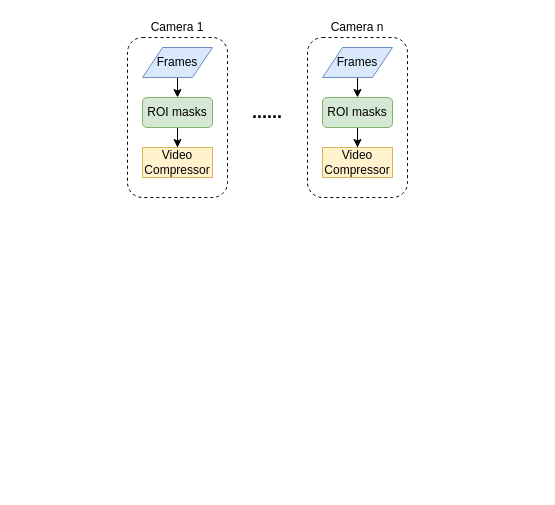
The draw.io diagram Multi-Agent-SLAM.drawio in Yvonne0413/HRNet-Fcos-disentangle, before the edit. Source tidied: cells renumbered, new cells numbered last; positions are measured from the earlier drawing's top-left corner, leaving out a move shared by most shapes. Both pictures are drawn from the tidied source at 100%, with x=0, y=0 at pixel (127, 17).
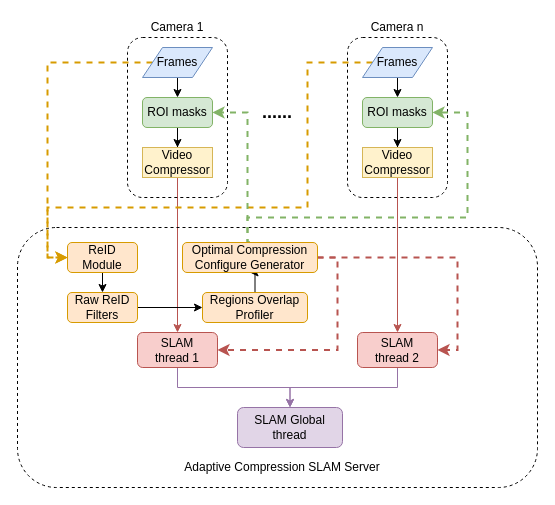
Above is the later version.

Unchanged cells that the change refers to:
```xml
<mxCell id="6" value="Frames" style="shape=parallelogram;perimeter=parallelogramPerimeter;whiteSpace=wrap;html=1;fixedSize=1;fillColor=#dae8fc;strokeColor=#6c8ebf;" parent="1" vertex="1">
  <mxGeometry x="15" y="30" width="70" height="30" as="geometry" />
</mxCell>
<mxCell id="8" value="ROI masks" style="rounded=1;whiteSpace=wrap;html=1;fillColor=#d5e8d4;strokeColor=#82b366;" parent="1" vertex="1">
  <mxGeometry x="15" y="80" width="70" height="30" as="geometry" />
</mxCell>
<mxCell id="9" value="Video Compressor" style="rounded=0;whiteSpace=wrap;html=1;fillColor=#fff2cc;strokeColor=#d6b656;" parent="1" vertex="1">
  <mxGeometry x="15" y="130" width="70" height="30" as="geometry" />
</mxCell>
```

Change to the diagram source:
```diff
@@
+    <mxCell id="17" style="edgeStyle=orthogonalEdgeStyle;rounded=0;jettySize=auto;html=1;exitX=0.5;exitY=1;exitDx=0;exitDy=0;entryX=0.5;entryY=0;entryDx=0;entryDy=0;strokeWidth=1;fillColor=#f8cecc;strokeColor=#b85450;" parent="1" edge="1" source="9" target="24">
+      <mxGeometry relative="1" as="geometry" />
+    </mxCell>
+    <mxCell id="18" style="rounded=1;whiteSpace=wrap;html=1;fillColor=none;gradientColor=none;dashed=1;" parent="1" vertex="1">
+      <mxGeometry x="-110" y="210" width="520" height="260" as="geometry" />
+    </mxCell>
@@
     <mxCell id="4" style="rounded=1;whiteSpace=wrap;html=1;dashed=1;fillColor=none;" parent="1" vertex="1">
-      <mxGeometry x="180" y="20" width="100" height="160" as="geometry" />
+      <mxGeometry x="220" y="20" width="100" height="160" as="geometry" />
     </mxCell>
@@
+    <mxCell id="19" style="edgeStyle=orthogonalEdgeStyle;rounded=0;jettySize=auto;html=1;exitX=0;exitY=0.5;exitDx=0;exitDy=0;entryX=0;entryY=0.5;entryDx=0;entryDy=0;dashed=1;fillColor=#ffe6cc;strokeColor=#d79b00;strokeWidth=2;" parent="1" edge="1" source="6" target="28">
+      <mxGeometry relative="1" as="geometry" />
+    </mxCell>
@@
+    <mxCell id="20" style="edgeStyle=orthogonalEdgeStyle;rounded=0;jettySize=auto;html=1;exitX=0;exitY=0.5;exitDx=0;exitDy=0;entryX=0;entryY=0.5;entryDx=0;entryDy=0;dashed=1;fillColor=#ffe6cc;strokeColor=#d79b00;strokeWidth=2;" parent="1" edge="1" source="11" target="28">
+      <mxGeometry relative="1" as="geometry">
+        <Array as="points">
+          <mxPoint x="180" y="45" />
+          <mxPoint x="180" y="190" />
+          <mxPoint x="-80" y="190" />
+          <mxPoint x="-80" y="240" />
+        </Array>
+      </mxGeometry>
+    </mxCell>
     <mxCell id="11" value="Frames" style="shape=parallelogram;perimeter=parallelogramPerimeter;whiteSpace=wrap;html=1;fixedSize=1;fillColor=#dae8fc;strokeColor=#6c8ebf;" parent="1" vertex="1">
-      <mxGeometry x="195" y="30" width="70" height="30" as="geometry" />
+      <mxGeometry x="235" y="30" width="70" height="30" as="geometry" />
     </mxCell>
@@
     <mxCell id="13" value="ROI masks" style="rounded=1;whiteSpace=wrap;html=1;fillColor=#d5e8d4;strokeColor=#82b366;" parent="1" vertex="1">
-      <mxGeometry x="195" y="80" width="70" height="30" as="geometry" />
+      <mxGeometry x="235" y="80" width="70" height="30" as="geometry" />
     </mxCell>
+    <mxCell id="21" style="edgeStyle=orthogonalEdgeStyle;rounded=0;jettySize=auto;html=1;exitX=0.5;exitY=1;exitDx=0;exitDy=0;entryX=0.5;entryY=0;entryDx=0;entryDy=0;strokeWidth=1;fillColor=#f8cecc;strokeColor=#b85450;" parent="1" edge="1" source="14" target="26">
+      <mxGeometry relative="1" as="geometry" />
+    </mxCell>
     <mxCell id="14" value="Video Compressor" style="rounded=0;whiteSpace=wrap;html=1;fillColor=#fff2cc;strokeColor=#d6b656;" parent="1" vertex="1">
-      <mxGeometry x="195" y="130" width="70" height="30" as="geometry" />
+      <mxGeometry x="235" y="130" width="70" height="30" as="geometry" />
     </mxCell>
     <mxCell id="15" value="Camera n" style="text;html=1;strokeColor=none;fillColor=none;align=center;verticalAlign=middle;whiteSpace=wrap;rounded=0;dashed=1;" parent="1" vertex="1">
-      <mxGeometry x="200" width="60" height="20" as="geometry" />
+      <mxGeometry x="240" width="60" height="20" as="geometry" />
     </mxCell>
     <mxCell id="16" value="&lt;font style=&quot;font-size: 18px&quot;&gt;&lt;b&gt;......&lt;/b&gt;&lt;/font&gt;" style="text;html=1;strokeColor=none;fillColor=none;align=center;verticalAlign=middle;whiteSpace=wrap;rounded=0;" parent="1" vertex="1">
-      <mxGeometry x="120" y="85" width="40" height="20" as="geometry" />
+      <mxGeometry x="130" y="85" width="40" height="20" as="geometry" />
     </mxCell>
+    <mxCell id="22" value="Adaptive Compression SLAM Server" style="text;html=1;strokeColor=none;fillColor=none;align=center;verticalAlign=middle;whiteSpace=wrap;rounded=0;dashed=1;" parent="1" vertex="1">
+      <mxGeometry y="430" width="310" height="40" as="geometry" />
+    </mxCell>
+    <mxCell id="23" style="edgeStyle=orthogonalEdgeStyle;rounded=0;jettySize=auto;html=1;exitX=0.5;exitY=1;exitDx=0;exitDy=0;entryX=0.5;entryY=0;entryDx=0;entryDy=0;strokeWidth=1;fillColor=#e1d5e7;strokeColor=#9673a6;" parent="1" edge="1" source="24" target="38">
+      <mxGeometry relative="1" as="geometry" />
+    </mxCell>
+    <mxCell id="24" value="SLAM &lt;br&gt;thread 1" style="rounded=1;whiteSpace=wrap;html=1;fillColor=#f8cecc;strokeColor=#b85450;" parent="1" vertex="1">
+      <mxGeometry x="10" y="315" width="80" height="35" as="geometry" />
+    </mxCell>
+    <mxCell id="25" style="edgeStyle=orthogonalEdgeStyle;rounded=0;jettySize=auto;html=1;exitX=0.5;exitY=1;exitDx=0;exitDy=0;entryX=0.5;entryY=0;entryDx=0;entryDy=0;strokeWidth=1;fillColor=#e1d5e7;strokeColor=#9673a6;" parent="1" edge="1" source="26" target="38">
+      <mxGeometry relative="1" as="geometry" />
+    </mxCell>
+    <mxCell id="26" value="SLAM &lt;br&gt;thread 2" style="rounded=1;whiteSpace=wrap;html=1;fillColor=#f8cecc;strokeColor=#b85450;" parent="1" vertex="1">
+      <mxGeometry x="230" y="315" width="80" height="35" as="geometry" />
+    </mxCell>
+    <mxCell id="27" style="edgeStyle=orthogonalEdgeStyle;rounded=0;jettySize=auto;html=1;exitX=0.5;exitY=1;exitDx=0;exitDy=0;entryX=0.5;entryY=0;entryDx=0;entryDy=0;" parent="1" edge="1" source="28" target="30">
+      <mxGeometry relative="1" as="geometry" />
+    </mxCell>
+    <mxCell id="28" value="ReID Module" style="rounded=1;whiteSpace=wrap;html=1;fillColor=#ffe6cc;strokeColor=#d79b00;" parent="1" vertex="1">
+      <mxGeometry x="-60" y="225" width="70" height="30" as="geometry" />
+    </mxCell>
+    <mxCell id="29" style="edgeStyle=orthogonalEdgeStyle;rounded=0;jettySize=auto;html=1;exitX=1;exitY=0.5;exitDx=0;exitDy=0;entryX=0;entryY=0.5;entryDx=0;entryDy=0;" parent="1" edge="1" source="30" target="32">
+      <mxGeometry relative="1" as="geometry" />
+    </mxCell>
+    <mxCell id="30" value="Raw ReID Filters" style="rounded=1;whiteSpace=wrap;html=1;fillColor=#ffe6cc;strokeColor=#d79b00;" parent="1" vertex="1">
+      <mxGeometry x="-60" y="275" width="70" height="30" as="geometry" />
+    </mxCell>
+    <mxCell id="31" style="edgeStyle=orthogonalEdgeStyle;rounded=0;jettySize=auto;html=1;exitX=0.5;exitY=0;exitDx=0;exitDy=0;" parent="1" edge="1" source="32" target="37">
+      <mxGeometry relative="1" as="geometry" />
+    </mxCell>
+    <mxCell id="32" value="Regions Overlap Profiler" style="rounded=1;whiteSpace=wrap;html=1;fillColor=#ffe6cc;strokeColor=#d79b00;" parent="1" vertex="1">
+      <mxGeometry x="75" y="275" width="105" height="30" as="geometry" />
+    </mxCell>
+    <mxCell id="33" style="edgeStyle=orthogonalEdgeStyle;rounded=0;jettySize=auto;html=1;exitX=0.5;exitY=0;exitDx=0;exitDy=0;entryX=1;entryY=0.5;entryDx=0;entryDy=0;dashed=1;strokeWidth=2;fillColor=#d5e8d4;strokeColor=#82b366;" parent="1" edge="1" source="37" target="8">
+      <mxGeometry relative="1" as="geometry">
+        <Array as="points">
+          <mxPoint x="120" y="225" />
+          <mxPoint x="120" y="95" />
+        </Array>
+      </mxGeometry>
+    </mxCell>
+    <mxCell id="34" style="edgeStyle=orthogonalEdgeStyle;rounded=0;jettySize=auto;html=1;exitX=0.5;exitY=0;exitDx=0;exitDy=0;entryX=1;entryY=0.5;entryDx=0;entryDy=0;dashed=1;strokeWidth=2;fillColor=#d5e8d4;strokeColor=#82b366;" parent="1" edge="1" source="37" target="13">
+      <mxGeometry relative="1" as="geometry">
+        <Array as="points">
+          <mxPoint x="120" y="225" />
+          <mxPoint x="120" y="200" />
+          <mxPoint x="340" y="200" />
+          <mxPoint x="340" y="95" />
+        </Array>
+      </mxGeometry>
+    </mxCell>
+    <mxCell id="35" style="edgeStyle=orthogonalEdgeStyle;rounded=0;jettySize=auto;html=1;exitX=1;exitY=0.5;exitDx=0;exitDy=0;entryX=1;entryY=0.5;entryDx=0;entryDy=0;dashed=1;strokeWidth=2;fillColor=#f8cecc;strokeColor=#b85450;" parent="1" edge="1" source="37" target="26">
+      <mxGeometry relative="1" as="geometry" />
+    </mxCell>
+    <mxCell id="36" style="edgeStyle=orthogonalEdgeStyle;rounded=0;jettySize=auto;html=1;exitX=1;exitY=0.5;exitDx=0;exitDy=0;entryX=1;entryY=0.5;entryDx=0;entryDy=0;dashed=1;strokeWidth=2;fillColor=#f8cecc;strokeColor=#b85450;" parent="1" edge="1" source="37" target="24">
+      <mxGeometry relative="1" as="geometry">
+        <Array as="points">
+          <mxPoint x="210" y="240" />
+          <mxPoint x="210" y="333" />
+        </Array>
+      </mxGeometry>
+    </mxCell>
+    <mxCell id="37" value="Optimal Compression Configure Generator" style="rounded=1;whiteSpace=wrap;html=1;fillColor=#ffe6cc;strokeColor=#d79b00;" parent="1" vertex="1">
+      <mxGeometry x="55" y="225" width="135" height="30" as="geometry" />
+    </mxCell>
+    <mxCell id="38" value="SLAM Global thread" style="rounded=1;whiteSpace=wrap;html=1;fillColor=#e1d5e7;strokeColor=#9673a6;" parent="1" vertex="1">
+      <mxGeometry x="110" y="390" width="105" height="40" as="geometry" />
+    </mxCell>
```
